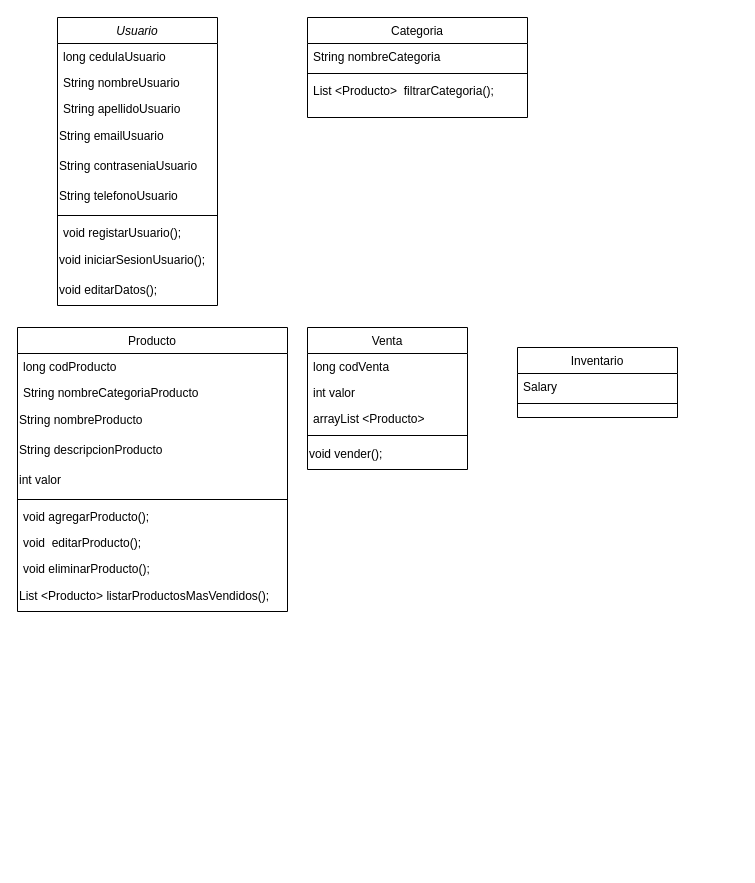
Above: Diagrama sin título.drawio in alejo78912/Proyecto-final (draw.io), before the change. Source tidied: cells renumbered, new cells numbered last; positions are measured from the earlier drawing's top-left corner, leaving out a move shared by most shapes. Both pictures are drawn from the tidied source at 100%, with x=0, y=0 at pixel (17, 17).
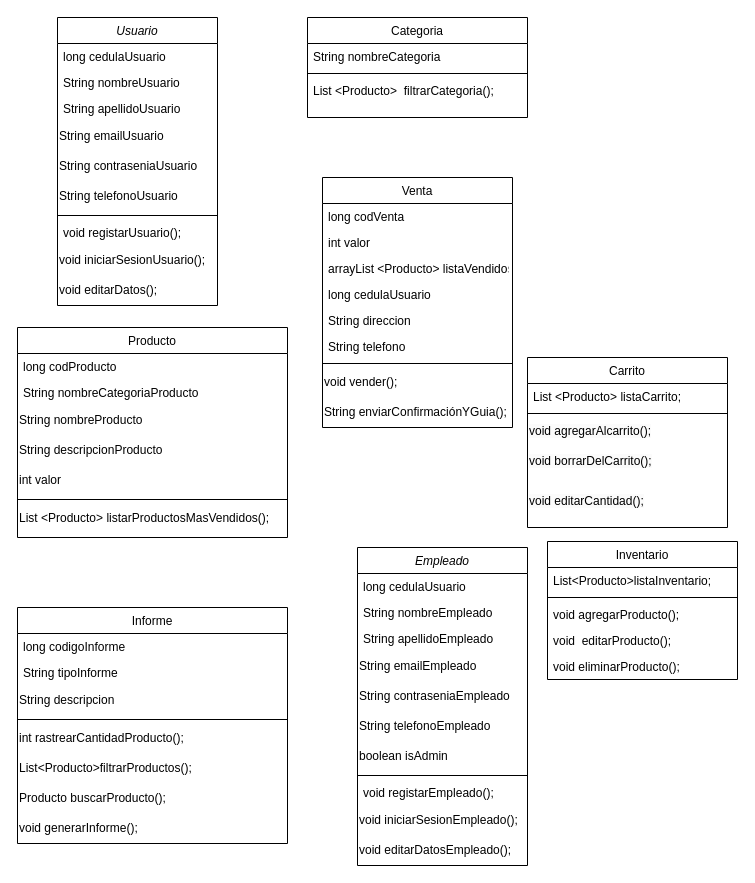
Above is the later version.

What changed in the source:
```diff
@@
     <mxCell id="13" value="Producto" style="swimlane;fontStyle=0;align=center;verticalAlign=top;horizontal=1;startSize=26;rounded=0;shadow=0;strokeWidth=1;" parent="1" vertex="1">
-      <mxGeometry y="310" width="270" height="284" as="geometry" />
+      <mxGeometry y="310" width="270" height="210" as="geometry" />
     </mxCell>
@@
-    <mxCell id="20" value="void agregarProducto();" style="text;align=left;verticalAlign=top;spacingLeft=4;spacingRight=4;overflow=hidden;fontStyle=0;" parent="13" vertex="1">
-      <mxGeometry y="176" width="270" height="26" as="geometry" />
-    </mxCell>
-    <mxCell id="21" value="void  editarProducto();" style="text;align=left;verticalAlign=top;spacingLeft=4;spacingRight=4;overflow=hidden;" parent="13" vertex="1">
-      <mxGeometry y="202" width="270" height="26" as="geometry" />
-    </mxCell>
-    <mxCell id="22" value="void eliminarProducto();" style="text;align=left;verticalAlign=top;spacingLeft=4;spacingRight=4;overflow=hidden;fontStyle=0;" parent="13" vertex="1">
-      <mxGeometry y="228" width="270" height="26" as="geometry" />
-    </mxCell>
     <mxCell id="23" value="List &amp;lt;Producto&amp;gt; listarProductosMasVendidos();" style="text;html=1;strokeColor=none;fillColor=none;align=left;verticalAlign=middle;whiteSpace=wrap;rounded=0;" parent="13" vertex="1">
-      <mxGeometry y="254" width="270" height="30" as="geometry" />
+      <mxGeometry y="176" width="270" height="30" as="geometry" />
     </mxCell>
     <mxCell id="24" value="Venta" style="swimlane;fontStyle=0;align=center;verticalAlign=top;horizontal=1;startSize=26;rounded=0;shadow=0;strokeWidth=1;" parent="1" vertex="1">
-      <mxGeometry x="290" y="310" width="160" height="142" as="geometry" />
+      <mxGeometry x="305" y="160" width="190" height="250" as="geometry" />
     </mxCell>
     <mxCell id="25" value="long codVenta" style="text;align=left;verticalAlign=top;spacingLeft=4;spacingRight=4;overflow=hidden;" parent="24" vertex="1">
-      <mxGeometry y="26" width="160" height="26" as="geometry" />
+      <mxGeometry y="26" width="190" height="26" as="geometry" />
     </mxCell>
     <mxCell id="26" value="int valor" style="text;align=left;verticalAlign=top;spacingLeft=4;spacingRight=4;overflow=hidden;" parent="24" vertex="1">
-      <mxGeometry y="52" width="160" height="26" as="geometry" />
+      <mxGeometry y="52" width="190" height="26" as="geometry" />
     </mxCell>
-    <mxCell id="27" value="arrayList &lt;Producto&gt;" style="text;align=left;verticalAlign=top;spacingLeft=4;spacingRight=4;overflow=hidden;" parent="24" vertex="1">
-      <mxGeometry y="78" width="160" height="26" as="geometry" />
+    <mxCell id="27" value="arrayList &lt;Producto&gt; listaVendidos" style="text;align=left;verticalAlign=top;spacingLeft=4;spacingRight=4;overflow=hidden;" parent="24" vertex="1">
+      <mxGeometry y="78" width="190" height="26" as="geometry" />
     </mxCell>
+    <mxCell id="37" value="long cedulaUsuario" style="text;align=left;verticalAlign=top;spacingLeft=4;spacingRight=4;overflow=hidden;" parent="24" vertex="1">
+      <mxGeometry y="104" width="190" height="26" as="geometry" />
+    </mxCell>
+    <mxCell id="38" value="String direccion " style="text;align=left;verticalAlign=top;spacingLeft=4;spacingRight=4;overflow=hidden;" parent="24" vertex="1">
+      <mxGeometry y="130" width="190" height="26" as="geometry" />
+    </mxCell>
+    <mxCell id="39" value="String telefono" style="text;align=left;verticalAlign=top;spacingLeft=4;spacingRight=4;overflow=hidden;" parent="24" vertex="1">
+      <mxGeometry y="156" width="190" height="26" as="geometry" />
+    </mxCell>
     <mxCell id="28" style="line;html=1;strokeWidth=1;align=left;verticalAlign=middle;spacingTop=-1;spacingLeft=3;spacingRight=3;labelPosition=right;" parent="24" vertex="1">
-      <mxGeometry y="104" width="160" height="8" as="geometry" />
+      <mxGeometry y="182" width="190" height="8" as="geometry" />
     </mxCell>
     <mxCell id="29" value="void vender();" style="text;html=1;strokeColor=none;fillColor=none;align=left;verticalAlign=middle;whiteSpace=wrap;rounded=0;" parent="24" vertex="1">
-      <mxGeometry y="112" width="160" height="30" as="geometry" />
+      <mxGeometry y="190" width="190" height="30" as="geometry" />
     </mxCell>
+    <mxCell id="40" value="String enviarConfirmaciónYGuia();" style="text;html=1;strokeColor=none;fillColor=none;align=left;verticalAlign=middle;whiteSpace=wrap;rounded=0;" parent="24" vertex="1">
+      <mxGeometry y="220" width="190" height="30" as="geometry" />
+    </mxCell>
@@
-    <mxCell id="34" value="Inventario" style="swimlane;fontStyle=0;align=center;verticalAlign=top;horizontal=1;startSize=26;rounded=0;shadow=0;strokeWidth=1;" parent="1" vertex="1">
-      <mxGeometry x="500" y="330" width="160" height="70" as="geometry" />
+    <mxCell id="34" value="Carrito" style="swimlane;fontStyle=0;align=center;verticalAlign=top;horizontal=1;startSize=26;rounded=0;shadow=0;strokeWidth=1;" parent="1" vertex="1">
+      <mxGeometry x="510" y="340" width="200" height="170" as="geometry" />
     </mxCell>
-    <mxCell id="35" value="Salary" style="text;align=left;verticalAlign=top;spacingLeft=4;spacingRight=4;overflow=hidden;" parent="34" vertex="1">
-      <mxGeometry y="26" width="160" height="26" as="geometry" />
+    <mxCell id="35" value="List &lt;Producto&gt; listaCarrito;" style="text;align=left;verticalAlign=top;spacingLeft=4;spacingRight=4;overflow=hidden;" parent="34" vertex="1">
+      <mxGeometry y="26" width="200" height="26" as="geometry" />
     </mxCell>
     <mxCell id="36" style="line;html=1;strokeWidth=1;align=left;verticalAlign=middle;spacingTop=-1;spacingLeft=3;spacingRight=3;labelPosition=right;" parent="34" vertex="1">
-      <mxGeometry y="52" width="160" height="8" as="geometry" />
+      <mxGeometry y="52" width="200" height="8" as="geometry" />
     </mxCell>
+    <mxCell id="41" value="&lt;span style=&quot;color: rgb(0, 0, 0); font-family: Helvetica; font-size: 12px; font-style: normal; font-variant-ligatures: normal; font-variant-caps: normal; font-weight: 400; letter-spacing: normal; orphans: 2; text-align: left; text-indent: 0px; text-transform: none; widows: 2; word-spacing: 0px; -webkit-text-stroke-width: 0px; background-color: rgb(251, 251, 251); text-decoration-thickness: initial; text-decoration-style: initial; text-decoration-color: initial; float: none; display: inline !important;&quot;&gt;void agregarAlcarrito();&lt;/span&gt;" style="text;whiteSpace=wrap;html=1;" parent="34" vertex="1">
+      <mxGeometry y="60" width="200" height="30" as="geometry" />
+    </mxCell>
+    <mxCell id="42" value="&lt;span style=&quot;color: rgb(0, 0, 0); font-family: Helvetica; font-size: 12px; font-style: normal; font-variant-ligatures: normal; font-variant-caps: normal; font-weight: 400; letter-spacing: normal; orphans: 2; text-align: left; text-indent: 0px; text-transform: none; widows: 2; word-spacing: 0px; -webkit-text-stroke-width: 0px; background-color: rgb(251, 251, 251); text-decoration-thickness: initial; text-decoration-style: initial; text-decoration-color: initial; float: none; display: inline !important;&quot;&gt;void borrarDelCarrito();&lt;/span&gt;" style="text;whiteSpace=wrap;html=1;" parent="34" vertex="1">
+      <mxGeometry y="90" width="200" height="40" as="geometry" />
+    </mxCell>
+    <mxCell id="43" value="&lt;span style=&quot;color: rgb(0, 0, 0); font-family: Helvetica; font-size: 12px; font-style: normal; font-variant-ligatures: normal; font-variant-caps: normal; font-weight: 400; letter-spacing: normal; orphans: 2; text-align: left; text-indent: 0px; text-transform: none; widows: 2; word-spacing: 0px; -webkit-text-stroke-width: 0px; background-color: rgb(251, 251, 251); text-decoration-thickness: initial; text-decoration-style: initial; text-decoration-color: initial; float: none; display: inline !important;&quot;&gt;void editarCantidad();&lt;/span&gt;" style="text;whiteSpace=wrap;html=1;" parent="34" vertex="1">
+      <mxGeometry y="130" width="200" height="40" as="geometry" />
+    </mxCell>
+    <mxCell id="44" value="Inventario" style="swimlane;fontStyle=0;align=center;verticalAlign=top;horizontal=1;startSize=26;rounded=0;shadow=0;strokeWidth=1;" parent="1" vertex="1">
+      <mxGeometry x="530" y="524" width="190" height="138" as="geometry" />
+    </mxCell>
+    <mxCell id="45" value="List&lt;Producto&gt;listaInventario;" style="text;align=left;verticalAlign=top;spacingLeft=4;spacingRight=4;overflow=hidden;" parent="44" vertex="1">
+      <mxGeometry y="26" width="190" height="26" as="geometry" />
+    </mxCell>
+    <mxCell id="46" style="line;html=1;strokeWidth=1;align=left;verticalAlign=middle;spacingTop=-1;spacingLeft=3;spacingRight=3;labelPosition=right;" parent="44" vertex="1">
+      <mxGeometry y="52" width="190" height="8" as="geometry" />
+    </mxCell>
+    <mxCell id="20" value="void agregarProducto();" style="text;align=left;verticalAlign=top;spacingLeft=4;spacingRight=4;overflow=hidden;fontStyle=0;" parent="44" vertex="1">
+      <mxGeometry y="60" width="190" height="26" as="geometry" />
+    </mxCell>
+    <mxCell id="21" value="void  editarProducto();" style="text;align=left;verticalAlign=top;spacingLeft=4;spacingRight=4;overflow=hidden;" parent="44" vertex="1">
+      <mxGeometry y="86" width="190" height="26" as="geometry" />
+    </mxCell>
+    <mxCell id="22" value="void eliminarProducto();" style="text;align=left;verticalAlign=top;spacingLeft=4;spacingRight=4;overflow=hidden;fontStyle=0;" parent="44" vertex="1">
+      <mxGeometry y="112" width="190" height="26" as="geometry" />
+    </mxCell>
+    <mxCell id="47" value="Empleado" style="swimlane;fontStyle=2;align=center;verticalAlign=top;horizontal=1;startSize=26;rounded=0;shadow=0;strokeWidth=1;" parent="1" vertex="1">
+      <mxGeometry x="340" y="530" width="170" height="318" as="geometry" />
+    </mxCell>
+    <mxCell id="48" value="long cedulaUsuario&#10;" style="text;align=left;verticalAlign=top;spacingLeft=4;spacingRight=4;overflow=hidden;" parent="47" vertex="1">
+      <mxGeometry y="26" width="170" height="26" as="geometry" />
+    </mxCell>
+    <mxCell id="49" value="String nombreEmpleado" style="text;align=left;verticalAlign=top;spacingLeft=4;spacingRight=4;overflow=hidden;rounded=0;shadow=0;html=0;" parent="47" vertex="1">
+      <mxGeometry y="52" width="170" height="26" as="geometry" />
+    </mxCell>
+    <mxCell id="50" value="String apellidoEmpleado" style="text;align=left;verticalAlign=top;spacingLeft=4;spacingRight=4;overflow=hidden;rounded=0;shadow=0;html=0;" parent="47" vertex="1">
+      <mxGeometry y="78" width="170" height="26" as="geometry" />
+    </mxCell>
+    <mxCell id="51" value="String emailEmpleado" style="text;html=1;strokeColor=none;fillColor=none;align=left;verticalAlign=middle;whiteSpace=wrap;rounded=0;" parent="47" vertex="1">
+      <mxGeometry y="104" width="170" height="30" as="geometry" />
+    </mxCell>
+    <mxCell id="52" value="String contraseniaEmpleado" style="text;html=1;strokeColor=none;fillColor=none;align=left;verticalAlign=middle;whiteSpace=wrap;rounded=0;" parent="47" vertex="1">
+      <mxGeometry y="134" width="170" height="30" as="geometry" />
+    </mxCell>
+    <mxCell id="53" value="String telefonoEmpleado" style="text;html=1;strokeColor=none;fillColor=none;align=left;verticalAlign=middle;whiteSpace=wrap;rounded=0;" parent="47" vertex="1">
+      <mxGeometry y="164" width="170" height="30" as="geometry" />
+    </mxCell>
+    <mxCell id="54" value="boolean isAdmin" style="text;html=1;strokeColor=none;fillColor=none;align=left;verticalAlign=middle;whiteSpace=wrap;rounded=0;" parent="47" vertex="1">
+      <mxGeometry y="194" width="170" height="30" as="geometry" />
+    </mxCell>
+    <mxCell id="55" style="line;html=1;strokeWidth=1;align=left;verticalAlign=middle;spacingTop=-1;spacingLeft=3;spacingRight=3;labelPosition=right;" parent="47" vertex="1">
+      <mxGeometry y="224" width="170" height="8" as="geometry" />
+    </mxCell>
+    <mxCell id="56" value="void registarEmpleado();&#10;" style="text;align=left;verticalAlign=top;spacingLeft=4;spacingRight=4;overflow=hidden;" parent="47" vertex="1">
+      <mxGeometry y="232" width="170" height="26" as="geometry" />
+    </mxCell>
+    <mxCell id="57" value="void iniciarSesionEmpleado();" style="text;html=1;strokeColor=none;fillColor=none;align=left;verticalAlign=middle;whiteSpace=wrap;rounded=0;" parent="47" vertex="1">
+      <mxGeometry y="258" width="170" height="30" as="geometry" />
+    </mxCell>
+    <mxCell id="58" value="void editarDatosEmpleado();" style="text;html=1;strokeColor=none;fillColor=none;align=left;verticalAlign=middle;whiteSpace=wrap;rounded=0;" parent="47" vertex="1">
+      <mxGeometry y="288" width="170" height="30" as="geometry" />
+    </mxCell>
+    <mxCell id="59" value="Informe" style="swimlane;fontStyle=0;align=center;verticalAlign=top;horizontal=1;startSize=26;rounded=0;shadow=0;strokeWidth=1;" parent="1" vertex="1">
+      <mxGeometry y="590" width="270" height="236" as="geometry" />
+    </mxCell>
+    <mxCell id="60" value="long codigoInforme" style="text;align=left;verticalAlign=top;spacingLeft=4;spacingRight=4;overflow=hidden;" parent="59" vertex="1">
+      <mxGeometry y="26" width="270" height="26" as="geometry" />
+    </mxCell>
+    <mxCell id="61" value="String tipoInforme" style="text;align=left;verticalAlign=top;spacingLeft=4;spacingRight=4;overflow=hidden;rounded=0;shadow=0;html=0;" parent="59" vertex="1">
+      <mxGeometry y="52" width="270" height="26" as="geometry" />
+    </mxCell>
+    <mxCell id="62" value="String descripcion" style="text;html=1;strokeColor=none;fillColor=none;align=left;verticalAlign=middle;whiteSpace=wrap;rounded=0;" parent="59" vertex="1">
+      <mxGeometry y="78" width="270" height="30" as="geometry" />
+    </mxCell>
+    <mxCell id="63" style="line;html=1;strokeWidth=1;align=left;verticalAlign=middle;spacingTop=-1;spacingLeft=3;spacingRight=3;labelPosition=right;" parent="59" vertex="1">
+      <mxGeometry y="108" width="270" height="8" as="geometry" />
+    </mxCell>
+    <mxCell id="64" value="int rastrearCantidadProducto();" style="text;html=1;strokeColor=none;fillColor=none;align=left;verticalAlign=middle;whiteSpace=wrap;rounded=0;" parent="59" vertex="1">
+      <mxGeometry y="116" width="270" height="30" as="geometry" />
+    </mxCell>
+    <mxCell id="65" value="List&amp;lt;Producto&amp;gt;filtrarProductos();" style="text;html=1;strokeColor=none;fillColor=none;align=left;verticalAlign=middle;whiteSpace=wrap;rounded=0;" parent="59" vertex="1">
+      <mxGeometry y="146" width="270" height="30" as="geometry" />
+    </mxCell>
+    <mxCell id="66" value="Producto buscarProducto();" style="text;html=1;strokeColor=none;fillColor=none;align=left;verticalAlign=middle;whiteSpace=wrap;rounded=0;" parent="59" vertex="1">
+      <mxGeometry y="176" width="270" height="30" as="geometry" />
+    </mxCell>
+    <mxCell id="67" value="void generarInforme();" style="text;html=1;strokeColor=none;fillColor=none;align=left;verticalAlign=middle;whiteSpace=wrap;rounded=0;" parent="59" vertex="1">
+      <mxGeometry y="206" width="270" height="30" as="geometry" />
+    </mxCell>
```
